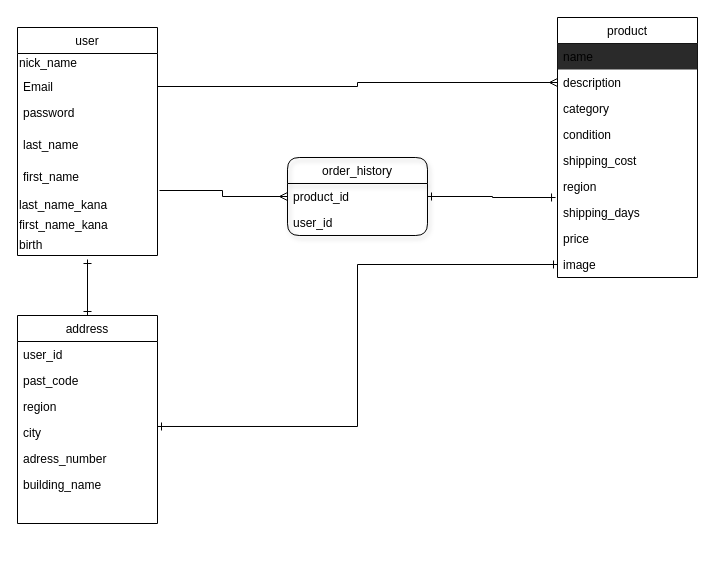
ayano1018/furima-34804 keeps this draw.io diagram as app/views/table.dio. Above is the earlier version. Source tidied: cells renumbered, new cells numbered last; positions are measured from the earlier drawing's top-left corner, leaving out a move shared by most shapes. Both pictures are drawn from the tidied source at 100%, with x=0, y=0 at pixel (17, 17).
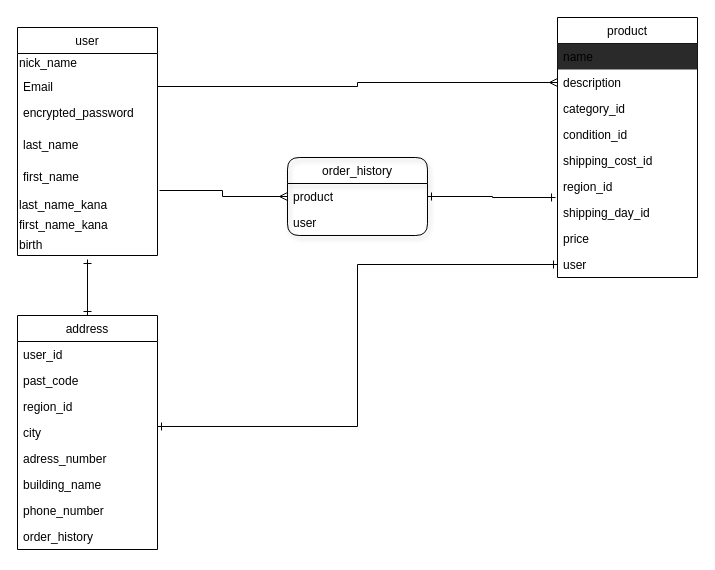
After the change.

The change refers to these unchanged cells:
```xml
<mxCell id="2" value="product" style="swimlane;fontStyle=0;horizontal=1;startSize=26;fillColor=none;" parent="1" vertex="1">
  <mxGeometry x="540" width="140" height="260" as="geometry" />
</mxCell>
<mxCell id="12" value="user" style="swimlane;fontStyle=0;horizontal=1;startSize=26;fillColor=none;" parent="1" vertex="1">
  <mxGeometry y="10" width="140" height="228" as="geometry" />
</mxCell>
<mxCell id="30" value="order_history" style="swimlane;fontStyle=0;horizontal=1;startSize=26;fillColor=none;shadow=1;rounded=1;" parent="1" vertex="1">
  <mxGeometry x="270" y="140" width="140" height="78" as="geometry" />
</mxCell>
```

Change to the diagram source:
```diff
@@
-    <mxCell id="5" value="category" style="text;strokeColor=none;fillColor=none;align=left;verticalAlign=top;spacingLeft=4;spacingRight=4;overflow=hidden;" parent="2" vertex="1">
+    <mxCell id="5" value="category_id" style="text;strokeColor=none;fillColor=none;align=left;verticalAlign=top;spacingLeft=4;spacingRight=4;overflow=hidden;" parent="2" vertex="1">
       <mxGeometry y="78" width="140" height="26" as="geometry" />
     </mxCell>
-    <mxCell id="6" value="condition" style="text;strokeColor=none;fillColor=none;align=left;verticalAlign=top;spacingLeft=4;spacingRight=4;overflow=hidden;glass=1;" parent="2" vertex="1">
+    <mxCell id="6" value="condition_id" style="text;strokeColor=none;fillColor=none;align=left;verticalAlign=top;spacingLeft=4;spacingRight=4;overflow=hidden;glass=1;" parent="2" vertex="1">
       <mxGeometry y="104" width="140" height="26" as="geometry" />
     </mxCell>
-    <mxCell id="7" value="shipping_cost" style="text;strokeColor=none;fillColor=none;align=left;verticalAlign=top;spacingLeft=4;spacingRight=4;overflow=hidden;glass=1;" parent="2" vertex="1">
+    <mxCell id="7" value="shipping_cost_id" style="text;strokeColor=none;fillColor=none;align=left;verticalAlign=top;spacingLeft=4;spacingRight=4;overflow=hidden;glass=1;" parent="2" vertex="1">
       <mxGeometry y="130" width="140" height="26" as="geometry" />
     </mxCell>
-    <mxCell id="8" value="region" style="text;strokeColor=none;fillColor=none;align=left;verticalAlign=top;spacingLeft=4;spacingRight=4;overflow=hidden;points=[[0,0.5],[1,0.5]];portConstraint=eastwest;" parent="2" vertex="1">
+    <mxCell id="8" value="region_id" style="text;strokeColor=none;fillColor=none;align=left;verticalAlign=top;spacingLeft=4;spacingRight=4;overflow=hidden;points=[[0,0.5],[1,0.5]];portConstraint=eastwest;" parent="2" vertex="1">
       <mxGeometry y="156" width="140" height="26" as="geometry" />
     </mxCell>
-    <mxCell id="9" value="shipping_days" style="text;strokeColor=none;fillColor=none;align=left;verticalAlign=top;spacingLeft=4;spacingRight=4;overflow=hidden;" parent="2" vertex="1">
+    <mxCell id="9" value="shipping_day_id" style="text;strokeColor=none;fillColor=none;align=left;verticalAlign=top;spacingLeft=4;spacingRight=4;overflow=hidden;" parent="2" vertex="1">
       <mxGeometry y="182" width="140" height="26" as="geometry" />
     </mxCell>
@@
-    <mxCell id="11" value="image" style="text;strokeColor=none;fillColor=none;align=left;verticalAlign=top;spacingLeft=4;spacingRight=4;overflow=hidden;points=[[0,0.5],[1,0.5]];portConstraint=eastwest;" parent="2" vertex="1">
+    <mxCell id="11" value="user" style="text;strokeColor=none;fillColor=none;align=left;verticalAlign=top;spacingLeft=4;spacingRight=4;overflow=hidden;points=[[0,0.5],[1,0.5]];portConstraint=eastwest;" parent="2" vertex="1">
       <mxGeometry y="234" width="140" height="26" as="geometry" />
     </mxCell>
@@
-    <mxCell id="15" value="password" style="text;strokeColor=none;fillColor=none;align=left;verticalAlign=top;spacingLeft=4;spacingRight=4;overflow=hidden;" parent="12" vertex="1">
+    <mxCell id="15" value="encrypted_password" style="text;strokeColor=none;fillColor=none;align=left;verticalAlign=top;spacingLeft=4;spacingRight=4;overflow=hidden;" parent="12" vertex="1">
       <mxGeometry y="72" width="140" height="32" as="geometry" />
     </mxCell>
@@
     <mxCell id="22" value="address" style="swimlane;fontStyle=0;horizontal=1;startSize=26;fillColor=none;" parent="1" vertex="1">
-      <mxGeometry y="298" width="140" height="208" as="geometry" />
+      <mxGeometry y="298" width="140" height="234" as="geometry" />
     </mxCell>
@@
-    <mxCell id="25" value="region" style="text;strokeColor=none;fillColor=none;align=left;verticalAlign=top;spacingLeft=4;spacingRight=4;overflow=hidden;" parent="22" vertex="1">
+    <mxCell id="25" value="region_id" style="text;strokeColor=none;fillColor=none;align=left;verticalAlign=top;spacingLeft=4;spacingRight=4;overflow=hidden;" parent="22" vertex="1">
       <mxGeometry y="78" width="140" height="26" as="geometry" />
     </mxCell>
@@
-    <mxCell id="29" value="phone_number" style="text;strokeColor=none;fillColor=none;align=left;verticalAlign=top;spacingLeft=4;spacingRight=4;overflow=hidden;noLabel=1;fontColor=none;" parent="22" vertex="1">
+    <mxCell id="29" value="phone_number" style="text;strokeColor=none;fillColor=none;align=left;verticalAlign=top;spacingLeft=4;spacingRight=4;overflow=hidden;" parent="22" vertex="1">
       <mxGeometry y="182" width="140" height="26" as="geometry" />
     </mxCell>
+    <mxCell id="37" value="order_history" style="text;strokeColor=none;fillColor=none;align=left;verticalAlign=top;spacingLeft=4;spacingRight=4;overflow=hidden;" parent="22" vertex="1">
+      <mxGeometry y="208" width="140" height="26" as="geometry" />
+    </mxCell>
@@
-    <mxCell id="31" value="product_id" style="text;strokeColor=none;fillColor=none;align=left;verticalAlign=top;spacingLeft=4;spacingRight=4;overflow=hidden;points=[[0,0.5],[1,0.5]];portConstraint=eastwest;" parent="30" vertex="1">
+    <mxCell id="31" value="product" style="text;strokeColor=none;fillColor=none;align=left;verticalAlign=top;spacingLeft=4;spacingRight=4;overflow=hidden;points=[[0,0.5],[1,0.5]];portConstraint=eastwest;" parent="30" vertex="1">
       <mxGeometry y="26" width="140" height="26" as="geometry" />
     </mxCell>
-    <mxCell id="32" value="user_id" style="text;strokeColor=none;fillColor=none;align=left;verticalAlign=top;spacingLeft=4;spacingRight=4;overflow=hidden;" parent="30" vertex="1">
+    <mxCell id="32" value="user" style="text;strokeColor=none;fillColor=none;align=left;verticalAlign=top;spacingLeft=4;spacingRight=4;overflow=hidden;" parent="30" vertex="1">
       <mxGeometry y="52" width="140" height="26" as="geometry" />
     </mxCell>
```
